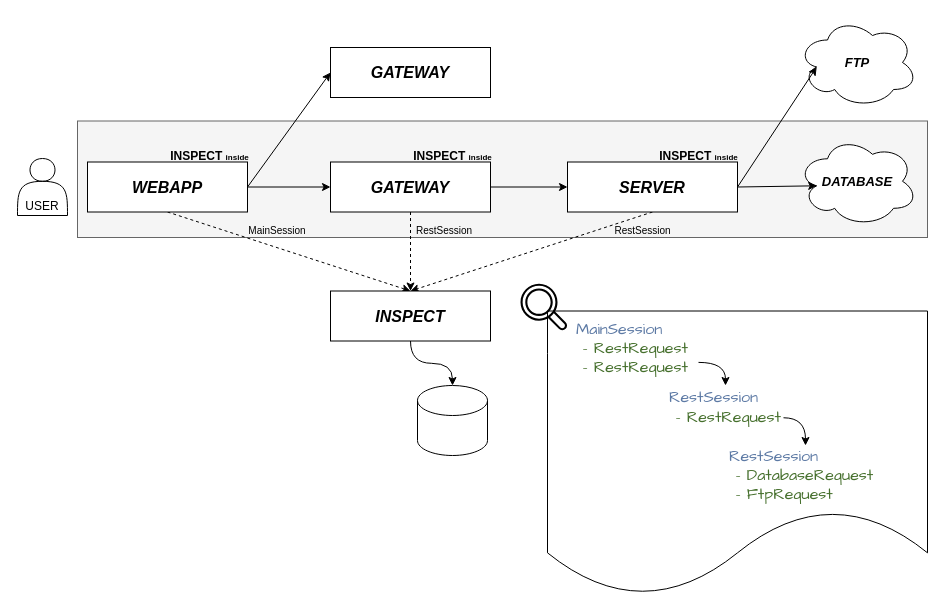
The draw.io diagram page "call_chain" (5 of 5) of doc/diagram/Diagramme sans nom.drawio in oneteme/inspect-core, before the edit. Source tidied: cells renumbered, new cells numbered last; positions are measured from the earlier drawing's top-left corner, leaving out a move shared by most shapes. Both pictures are drawn from the tidied source at 100%, with x=0, y=0 at pixel (17, 17).
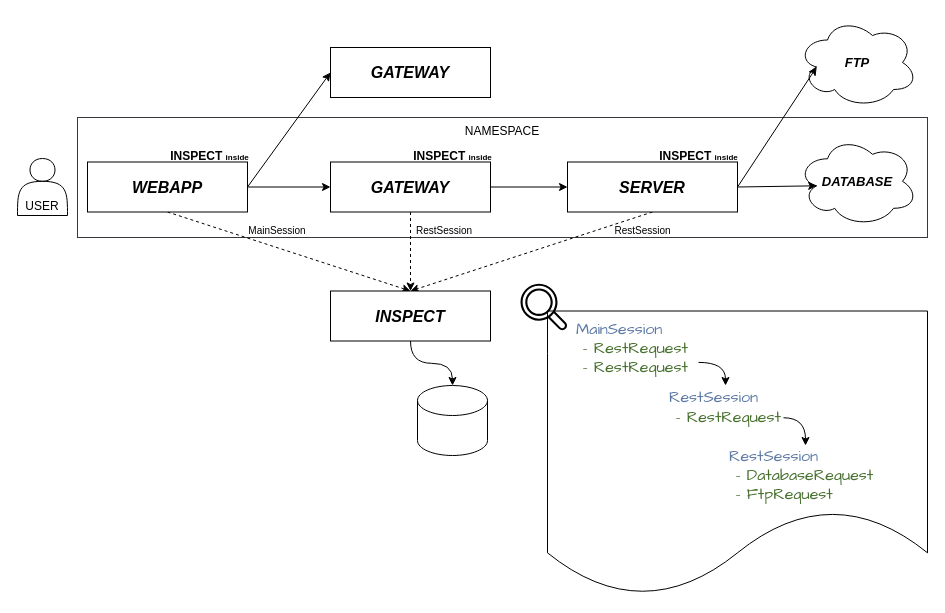
Above is the later version.

Commit message:
Mettre à jour Diagramme sans nom.drawio

Diff of the diagram source:
```diff
@@
-    <mxCell id="2" style="rounded=0;whiteSpace=wrap;html=1;fillColor=#f5f5f5;fontColor=#333333;strokeColor=#666666;" parent="1" vertex="1">
-      <mxGeometry x="60" y="103.5" width="850" height="116.5" as="geometry" />
+    <mxCell id="2" value="NAMESPACE" style="rounded=0;whiteSpace=wrap;html=1;fillColor=default;strokeColor=#36393d;verticalAlign=top;" parent="1" vertex="1">
+      <mxGeometry x="60" y="100" width="850" height="120" as="geometry" />
     </mxCell>
```
